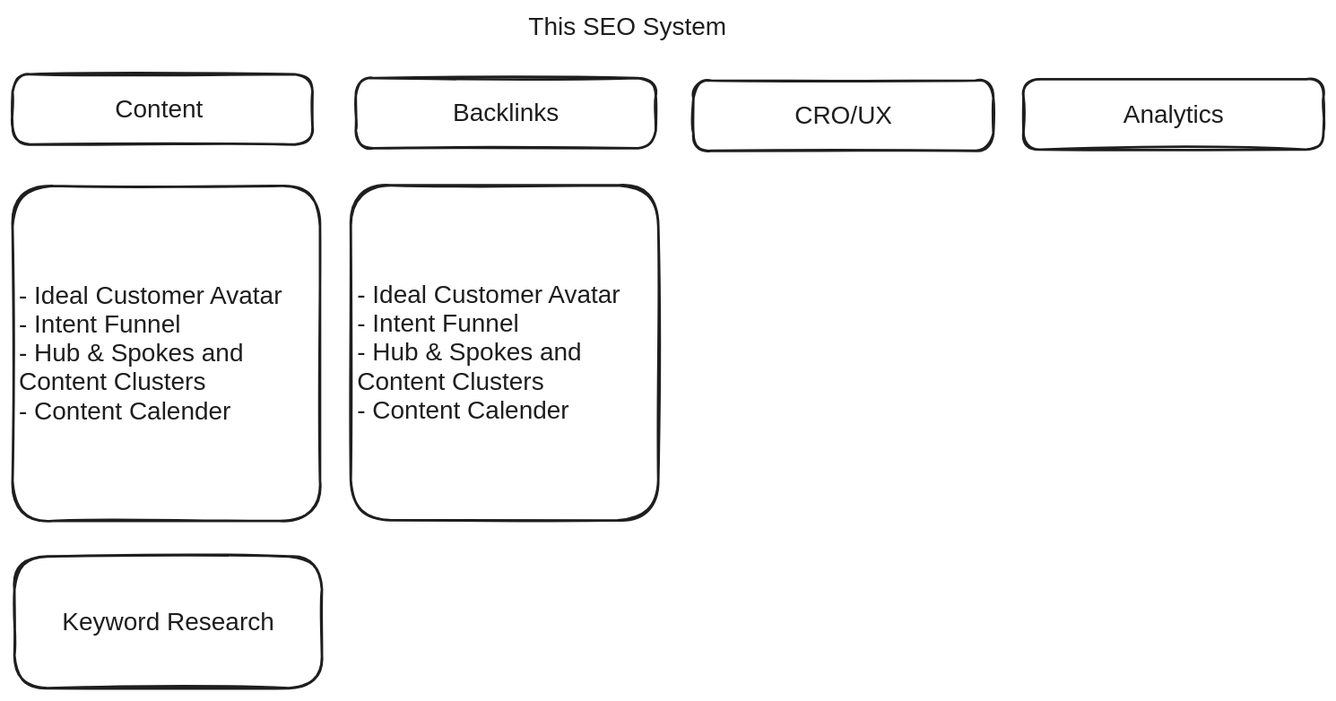
Before: QuickNotes/20240526 The SEO System.excalidraw.svg, a diagram exported from Excalidraw (mshafat/noteshub). Source tidied: one line per element, renumbered; positions are measured from the earlier drawing's top-left corner, leaving out a move shared by most shapes.
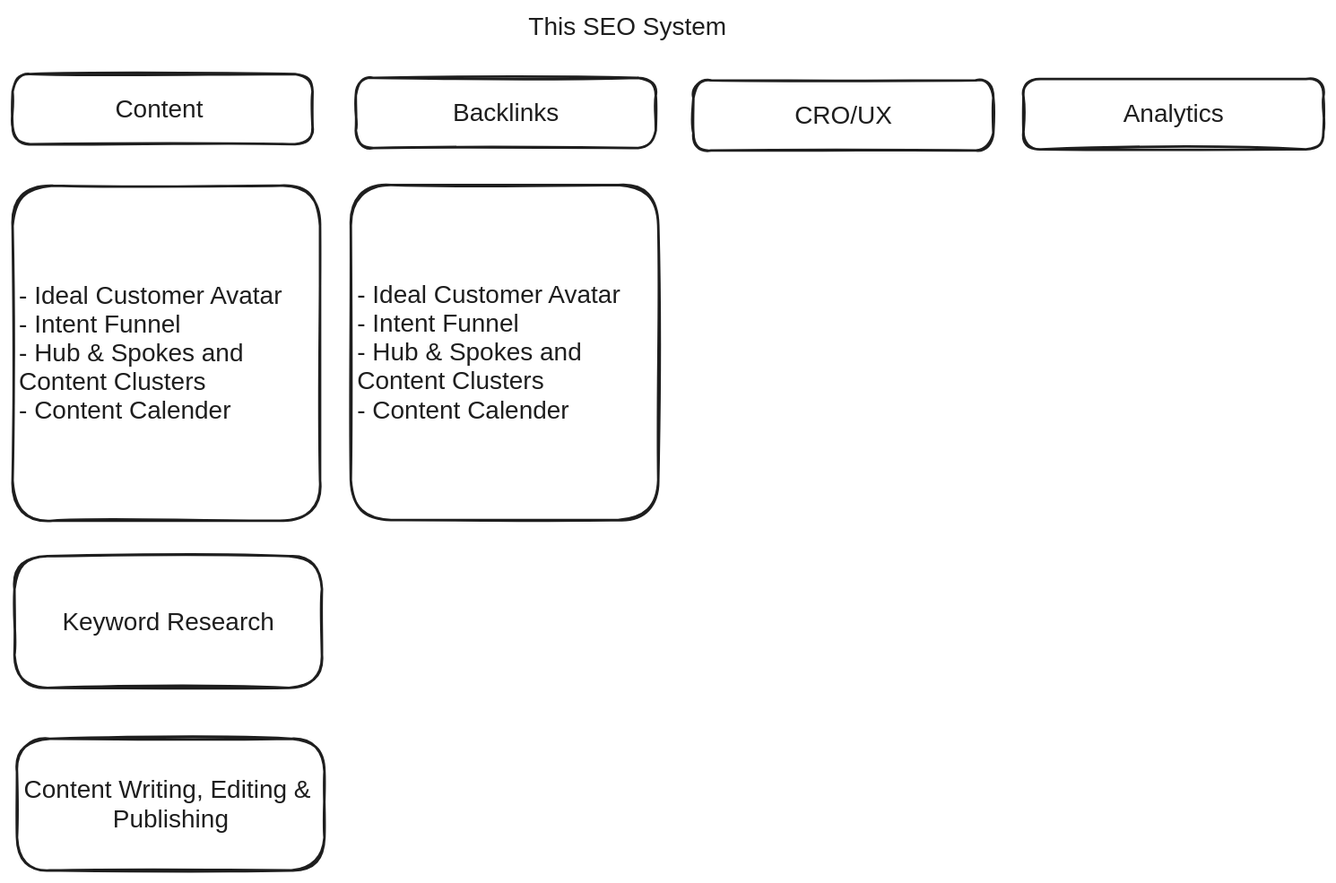
After the commit.

Change to the diagram source:
```diff
@@ -13,3 +13,5 @@
 {"id": 12, "type": "text", "text": "- Ideal Customer Avatar\n- Intent Funnel\n- Hub & Spokes and \nContent Clusters\n- Content Calender", "strokeColor": "#1e1e1e", "strokeWidth": 2, "roughness": 1, "fontSize": 20, "fontFamily": 2, "verticalAlign": "middle", "inside": 11, "x": 274, "y": 214, "width": 211, "height": 115}
 {"id": 13, "type": "rectangle", "strokeColor": "#1e1e1e", "strokeWidth": 2, "roughness": 1, "round": true, "x": 2, "y": 433, "width": 245, "height": 105}
 {"id": 14, "type": "text", "text": "Keyword Research", "strokeColor": "#1e1e1e", "strokeWidth": 2, "roughness": 1, "fontSize": 20, "fontFamily": 2, "textAlign": "center", "verticalAlign": "middle", "inside": 13, "x": 40, "y": 474, "width": 169, "height": 23}
+{"id": 15, "type": "rectangle", "strokeColor": "#1e1e1e", "strokeWidth": 2, "roughness": 1, "round": true, "x": 4, "y": 579, "width": 245, "height": 105}
+{"id": 16, "type": "text", "text": "Content Writing, Editing & \nPublishing", "strokeColor": "#1e1e1e", "strokeWidth": 2, "roughness": 1, "fontSize": 20, "fontFamily": 2, "textAlign": "center", "verticalAlign": "middle", "inside": 15, "x": 9, "y": 608, "width": 234, "height": 46}
```
